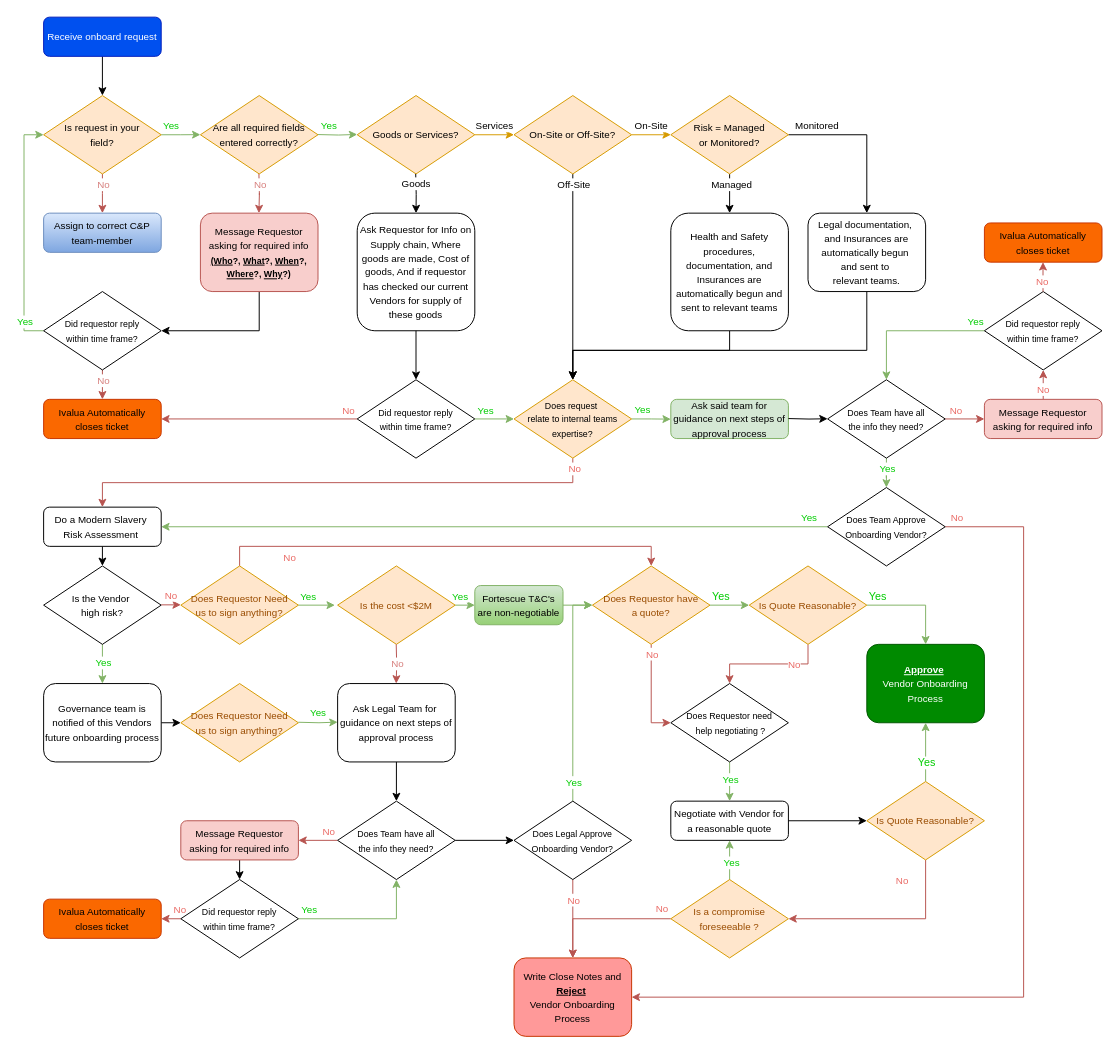
Above: Vendor Onboarding.drawio in Dyo-Artist/Fortsecue (draw.io), before the change. Source tidied: cells renumbered, new cells numbered last; positions are measured from the earlier drawing's top-left corner, leaving out a move shared by most shapes. Both pictures are drawn from the tidied source at 98%, with x=0, y=0 at pixel (24, 17).
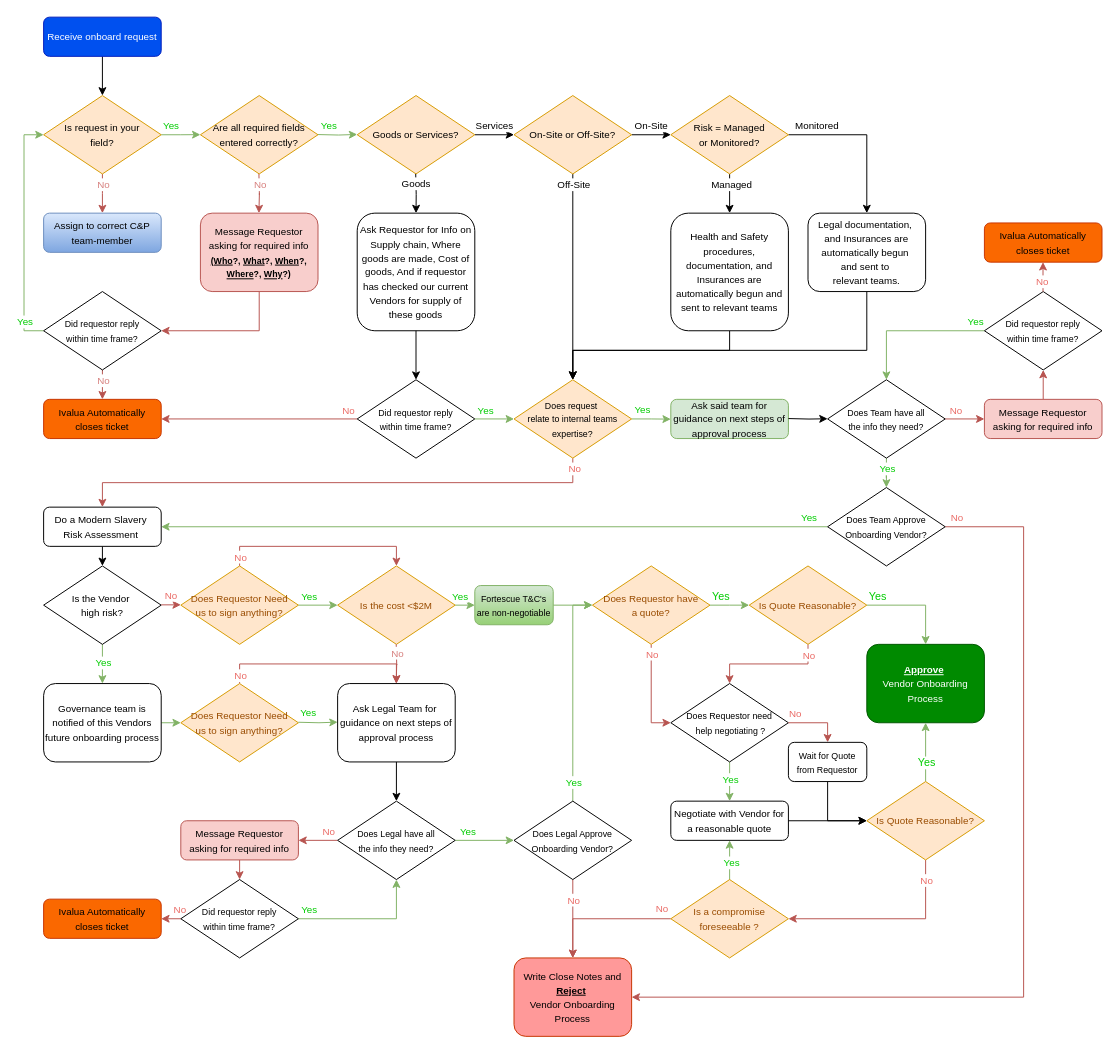
The same diagram, later.

Unchanged cells that the change refers to:
```xml
<mxCell id="12" value="&lt;font style=&quot;&quot;&gt;&lt;span style=&quot;font-size: 10px;&quot;&gt;Message Requestor asking for required info &lt;/span&gt;&lt;b style=&quot;&quot;&gt;&lt;font style=&quot;font-size: 9px;&quot;&gt;&lt;u style=&quot;&quot;&gt;(Who&lt;/u&gt;?&lt;u style=&quot;&quot;&gt;,&lt;/u&gt; &lt;u style=&quot;&quot;&gt;What&lt;/u&gt;?&lt;u style=&quot;&quot;&gt;,&lt;/u&gt; &lt;u style=&quot;&quot;&gt;When&lt;/u&gt;?&lt;u style=&quot;&quot;&gt;, Where&lt;/u&gt;?, &lt;u style=&quot;&quot;&gt;Why&lt;/u&gt;?)&lt;/font&gt;&lt;/b&gt;&lt;/font&gt;" style="rounded=1;whiteSpace=wrap;html=1;fontSize=12;glass=0;strokeWidth=1;shadow=0;fillColor=#f8cecc;strokeColor=#b85450;" parent="1" vertex="1">
  <mxGeometry x="180" y="200" width="120" height="80" as="geometry" />
</mxCell>
<mxCell id="16" value="&lt;span style=&quot;font-size: 10px;&quot;&gt;Goods or Services?&lt;/span&gt;" style="rhombus;whiteSpace=wrap;html=1;fillColor=#ffe6cc;strokeColor=#d79b00;" parent="1" vertex="1">
  <mxGeometry x="340" y="80" width="120" height="80" as="geometry" />
</mxCell>
<mxCell id="24" value="&lt;span style=&quot;font-size: 10px;&quot;&gt;On-Site or Off-Site?&lt;/span&gt;" style="rhombus;whiteSpace=wrap;html=1;fillColor=#ffe6cc;strokeColor=#d79b00;" parent="1" vertex="1">
  <mxGeometry x="500" y="80" width="120" height="80" as="geometry" />
</mxCell>
<mxCell id="29" value="&lt;span style=&quot;font-size: 10px;&quot;&gt;Risk = Managed&lt;br&gt;or Monitored?&lt;/span&gt;" style="rhombus;whiteSpace=wrap;html=1;fillColor=#ffe6cc;strokeColor=#d79b00;" parent="1" vertex="1">
  <mxGeometry x="660" y="80" width="120" height="80" as="geometry" />
</mxCell>
<mxCell id="41" value="&lt;font style=&quot;font-size: 9px;&quot;&gt;Did requestor reply&lt;/font&gt;&lt;div&gt;&lt;font style=&quot;font-size: 9px;&quot;&gt;within&amp;nbsp;&lt;/font&gt;&lt;span style=&quot;font-size: 9px; background-color: initial;&quot;&gt;time frame?&lt;/span&gt;&lt;/div&gt;" style="rhombus;whiteSpace=wrap;html=1;" parent="1" vertex="1">
  <mxGeometry x="20" y="280" width="120" height="80" as="geometry" />
</mxCell>
<mxCell id="60" style="edgeStyle=orthogonalEdgeStyle;rounded=0;jettySize=auto;html=1;exitX=0.5;exitY=0;exitDx=0;exitDy=0;entryX=0.5;entryY=1;entryDx=0;entryDy=0;fillColor=#f8cecc;strokeColor=#b85450;" parent="1" edge="1" source="62" target="65">
  <mxGeometry relative="1" as="geometry" />
</mxCell>
<mxCell id="80" value="&lt;span style=&quot;font-size: 10px;&quot;&gt;Governance team is notified of this Vendors future onboarding process&lt;/span&gt;" style="rounded=1;whiteSpace=wrap;html=1;fontSize=12;glass=0;strokeWidth=1;shadow=0;" parent="1" vertex="1">
  <mxGeometry x="20" y="680" width="120" height="80" as="geometry" />
</mxCell>
<mxCell id="83" value="&lt;font style=&quot;font-size: 10px;&quot; color=&quot;#994c00&quot;&gt;Does Requestor Need&lt;/font&gt;&lt;div&gt;&lt;font style=&quot;font-size: 10px;&quot; color=&quot;#994c00&quot;&gt;us to sign anything?&lt;/font&gt;&lt;/div&gt;" style="rhombus;whiteSpace=wrap;html=1;fillColor=#ffe6cc;strokeColor=#d79b00;" parent="1" vertex="1">
  <mxGeometry x="160" y="560" width="120" height="80" as="geometry" />
</mxCell>
<mxCell id="86" value="&lt;font color=&quot;#994c00&quot;&gt;&lt;span style=&quot;font-size: 10px;&quot;&gt;Is the cost &amp;lt;$2M&lt;/span&gt;&lt;/font&gt;" style="rhombus;whiteSpace=wrap;html=1;fillColor=#ffe6cc;strokeColor=#d79b00;" parent="1" vertex="1">
  <mxGeometry x="320" y="560" width="120" height="80" as="geometry" />
</mxCell>
<mxCell id="87" value="&lt;font style=&quot;font-size: 10px;&quot; color=&quot;#994c00&quot;&gt;Does Requestor Need&lt;/font&gt;&lt;div&gt;&lt;font style=&quot;font-size: 10px;&quot; color=&quot;#994c00&quot;&gt;us to sign anything?&lt;/font&gt;&lt;/div&gt;" style="rhombus;whiteSpace=wrap;html=1;fillColor=#ffe6cc;strokeColor=#d79b00;" parent="1" vertex="1">
  <mxGeometry x="160" y="680" width="120" height="80" as="geometry" />
</mxCell>
<mxCell id="92" style="edgeStyle=orthogonalEdgeStyle;rounded=0;orthogonalLoop=1;jettySize=auto;html=1;exitX=1;exitY=0.5;exitDx=0;exitDy=0;fillColor=#d5e8d4;strokeColor=#82b366;" parent="1" edge="1">
  <mxGeometry relative="1" as="geometry">
    <mxPoint x="280" y="719.5" as="sourcePoint" />
    <mxPoint x="320" y="719.4" as="targetPoint" />
  </mxGeometry>
</mxCell>
<mxCell id="94" value="&lt;span style=&quot;font-size: 10px;&quot;&gt;Ask Legal Team for&amp;nbsp;&lt;/span&gt;&lt;div&gt;&lt;span style=&quot;font-size: 10px;&quot;&gt;guidance on next steps of approval process&lt;/span&gt;&lt;/div&gt;" style="rounded=1;whiteSpace=wrap;html=1;fontSize=12;glass=0;strokeWidth=1;shadow=0;" parent="1" vertex="1">
  <mxGeometry x="320" y="680" width="120" height="80" as="geometry" />
</mxCell>
<mxCell id="95" style="edgeStyle=orthogonalEdgeStyle;rounded=0;orthogonalLoop=1;jettySize=auto;html=1;exitX=0.5;exitY=1;exitDx=0;exitDy=0;fillColor=#f8cecc;strokeColor=#b85450;" parent="1" edge="1">
  <mxGeometry relative="1" as="geometry">
    <mxPoint x="379.8" y="640" as="sourcePoint" />
    <mxPoint x="379.8" y="680" as="targetPoint" />
  </mxGeometry>
</mxCell>
<mxCell id="102" value="&lt;font style=&quot;font-size: 10px;&quot;&gt;Message Requestor asking for required info&lt;/font&gt;" style="rounded=1;whiteSpace=wrap;html=1;fontSize=12;glass=0;strokeWidth=1;shadow=0;fillColor=#f8cecc;strokeColor=#b85450;" parent="1" vertex="1">
  <mxGeometry x="160" y="820" width="120" height="40" as="geometry" />
</mxCell>
<mxCell id="107" value="&lt;font style=&quot;font-size: 9px;&quot;&gt;Did requestor reply&lt;/font&gt;&lt;div&gt;&lt;font style=&quot;font-size: 9px;&quot;&gt;within&amp;nbsp;&lt;/font&gt;&lt;span style=&quot;font-size: 9px; background-color: initial;&quot;&gt;time frame?&lt;/span&gt;&lt;/div&gt;" style="rhombus;whiteSpace=wrap;html=1;" parent="1" vertex="1">
  <mxGeometry x="160" y="880" width="120" height="80" as="geometry" />
</mxCell>
<mxCell id="112" value="&lt;font style=&quot;font-size: 9px;&quot;&gt;Does Legal Approve&lt;br&gt;Onboarding Vendor?&lt;/font&gt;" style="rhombus;whiteSpace=wrap;html=1;" parent="1" vertex="1">
  <mxGeometry x="500" y="800" width="120" height="80" as="geometry" />
</mxCell>
<mxCell id="117" value="&lt;font color=&quot;#994c00&quot;&gt;&lt;span style=&quot;font-size: 10px;&quot;&gt;Does Requestor have&lt;/span&gt;&lt;/font&gt;&lt;div&gt;&lt;font color=&quot;#994c00&quot;&gt;&lt;span style=&quot;font-size: 10px;&quot;&gt;a quote?&lt;/span&gt;&lt;/font&gt;&lt;/div&gt;" style="rhombus;whiteSpace=wrap;html=1;fillColor=#ffe6cc;strokeColor=#d79b00;" parent="1" vertex="1">
  <mxGeometry x="580" y="560" width="120" height="80" as="geometry" />
</mxCell>
<mxCell id="121" value="&lt;font color=&quot;#994c00&quot;&gt;&lt;span style=&quot;font-size: 10px;&quot;&gt;Is Quote Reasonable?&lt;/span&gt;&lt;/font&gt;" style="rhombus;whiteSpace=wrap;html=1;fillColor=#ffe6cc;strokeColor=#d79b00;" parent="1" vertex="1">
  <mxGeometry x="740" y="560" width="120" height="80" as="geometry" />
</mxCell>
<mxCell id="124" value="&lt;font style=&quot;font-size: 9px;&quot;&gt;Does Requestor&amp;nbsp;&lt;span style=&quot;background-color: initial;&quot;&gt;need&lt;/span&gt;&lt;/font&gt;&lt;div&gt;&lt;font style=&quot;font-size: 9px;&quot;&gt;&lt;span style=&quot;background-color: initial;&quot;&gt;&amp;nbsp;&lt;/span&gt;&lt;span style=&quot;background-color: initial;&quot;&gt;help negotiating ?&lt;/span&gt;&lt;/font&gt;&lt;/div&gt;" style="rhombus;whiteSpace=wrap;html=1;" parent="1" vertex="1">
  <mxGeometry x="660" y="680" width="120" height="80" as="geometry" />
</mxCell>
<mxCell id="128" style="edgeStyle=orthogonalEdgeStyle;rounded=0;jettySize=auto;html=1;exitX=0.5;exitY=1;exitDx=0;exitDy=0;entryX=1;entryY=0.5;entryDx=0;entryDy=0;fillColor=#f8cecc;strokeColor=#b85450;" parent="1" edge="1" source="130" target="136">
  <mxGeometry relative="1" as="geometry" />
</mxCell>
<mxCell id="130" value="&lt;span style=&quot;color: rgb(153, 76, 0); font-size: 10px;&quot;&gt;Is Quote Reasonable?&lt;/span&gt;" style="rhombus;whiteSpace=wrap;html=1;fillColor=#ffe6cc;strokeColor=#d79b00;" parent="1" vertex="1">
  <mxGeometry x="860" y="780" width="120" height="80" as="geometry" />
</mxCell>
```

What changed in the source:
```diff
@@
-    <mxCell id="11" style="edgeStyle=orthogonalEdgeStyle;rounded=0;jettySize=auto;html=1;exitX=0.5;exitY=1;exitDx=0;exitDy=0;entryX=1;entryY=0.5;entryDx=0;entryDy=0;" parent="1" edge="1" source="12" target="41">
+    <mxCell id="11" style="edgeStyle=orthogonalEdgeStyle;rounded=0;jettySize=auto;html=1;exitX=0.5;exitY=1;exitDx=0;exitDy=0;entryX=1;entryY=0.5;entryDx=0;entryDy=0;fillColor=#f8cecc;gradientColor=#ea6b66;strokeColor=#b85450;" parent="1" edge="1" source="12" target="41">
       <mxGeometry relative="1" as="geometry" />
     </mxCell>
@@
-    <mxCell id="14" style="edgeStyle=orthogonalEdgeStyle;rounded=0;jettySize=auto;html=1;exitX=1;exitY=0.5;exitDx=0;exitDy=0;entryX=0;entryY=0.5;entryDx=0;entryDy=0;fillColor=#ffe6cc;strokeColor=#d79b00;" parent="1" edge="1" source="16" target="24">
+    <mxCell id="14" style="edgeStyle=orthogonalEdgeStyle;rounded=0;jettySize=auto;html=1;exitX=1;exitY=0.5;exitDx=0;exitDy=0;entryX=0;entryY=0.5;entryDx=0;entryDy=0;" parent="1" edge="1" source="16" target="24">
       <mxGeometry relative="1" as="geometry" />
     </mxCell>
@@
-    <mxCell id="20" style="edgeStyle=orthogonalEdgeStyle;rounded=0;jettySize=auto;html=1;exitX=1;exitY=0.5;exitDx=0;exitDy=0;entryX=0;entryY=0.5;entryDx=0;entryDy=0;fillColor=#ffe6cc;strokeColor=#d79b00;" parent="1" edge="1" source="24" target="29">
+    <mxCell id="20" style="edgeStyle=orthogonalEdgeStyle;rounded=0;jettySize=auto;html=1;exitX=1;exitY=0.5;exitDx=0;exitDy=0;entryX=0;entryY=0.5;entryDx=0;entryDy=0;" parent="1" edge="1" source="24" target="29">
       <mxGeometry relative="1" as="geometry" />
     </mxCell>
@@
-    <mxCell id="61" value="&lt;font color=&quot;#ea6b66&quot; style=&quot;font-size: 10px;&quot;&gt;No&lt;/font&gt;" style="edgeLabel;html=1;align=center;verticalAlign=middle;" parent="60" vertex="1">
-      <mxGeometry x="-0.27" y="1" relative="1" as="geometry" />
-    </mxCell>
@@
-    <mxCell id="79" style="edgeStyle=orthogonalEdgeStyle;rounded=0;jettySize=auto;html=1;exitX=1;exitY=0.5;exitDx=0;exitDy=0;entryX=0;entryY=0.5;entryDx=0;entryDy=0;" parent="1" edge="1" source="80" target="87">
+    <mxCell id="79" style="edgeStyle=orthogonalEdgeStyle;rounded=0;jettySize=auto;html=1;exitX=1;exitY=0.5;exitDx=0;exitDy=0;entryX=0;entryY=0.5;entryDx=0;entryDy=0;fillColor=#d5e8d4;gradientColor=#97d077;strokeColor=#82b366;" parent="1" edge="1" source="80" target="87">
       <mxGeometry relative="1" as="geometry" />
     </mxCell>
@@
-    <mxCell id="81" style="edgeStyle=orthogonalEdgeStyle;rounded=0;jettySize=auto;html=1;exitX=0.5;exitY=0;exitDx=0;exitDy=0;entryX=0.5;entryY=0;entryDx=0;entryDy=0;fillColor=#f8cecc;strokeColor=#b85450;" parent="1" edge="1" source="83" target="117">
+    <mxCell id="81" style="edgeStyle=orthogonalEdgeStyle;rounded=0;jettySize=auto;html=1;exitX=0.5;exitY=0;exitDx=0;exitDy=0;entryX=0.5;entryY=0;entryDx=0;entryDy=0;fillColor=#f8cecc;strokeColor=#b85450;" parent="1" edge="1" source="83" target="86">
       <mxGeometry relative="1" as="geometry" />
     </mxCell>
     <mxCell id="82" value="&lt;font style=&quot;font-size: 10px;&quot; color=&quot;#ea6b66&quot;&gt;No&lt;/font&gt;" style="edgeLabel;html=1;align=center;verticalAlign=middle;" parent="81" vertex="1">
       <mxGeometry y="-1" relative="1" as="geometry">
-        <mxPoint x="-160" y="9" as="offset" />
+        <mxPoint x="-80" y="9" as="offset" />
       </mxGeometry>
     </mxCell>
@@
+    <mxCell id="144" style="edgeStyle=orthogonalEdgeStyle;rounded=0;jettySize=auto;html=1;exitX=0.5;exitY=0;exitDx=0;exitDy=0;entryX=0.5;entryY=0;entryDx=0;entryDy=0;fillColor=#f8cecc;gradientColor=#ea6b66;strokeColor=#b85450;" parent="1" edge="1" source="87" target="94">
+      <mxGeometry relative="1" as="geometry" />
+    </mxCell>
+    <mxCell id="145" value="&lt;font style=&quot;font-size: 10px;&quot; color=&quot;#ea6b66&quot;&gt;No&lt;/font&gt;" style="edgeLabel;html=1;align=center;verticalAlign=middle;" parent="144" vertex="1">
+      <mxGeometry x="-0.91" relative="1" as="geometry" />
+    </mxCell>
@@
-    <mxCell id="88" style="edgeStyle=orthogonalEdgeStyle;rounded=0;jettySize=auto;html=1;exitX=1;exitY=0.5;exitDx=0;exitDy=0;fillColor=#d5e8d4;strokeColor=#82b366;entryX=-0.023;entryY=0.492;entryDx=0;entryDy=0;entryPerimeter=0;" parent="1" edge="1" source="83" target="86">
+    <mxCell id="88" style="edgeStyle=orthogonalEdgeStyle;rounded=0;jettySize=auto;html=1;exitX=1;exitY=0.5;exitDx=0;exitDy=0;fillColor=#d5e8d4;strokeColor=#82b366;entryX=0;entryY=0.5;entryDx=0;entryDy=0;" parent="1" edge="1" source="83" target="86">
       <mxGeometry relative="1" as="geometry" />
     </mxCell>
@@
     <mxCell id="93" value="&lt;font style=&quot;font-size: 10px;&quot; color=&quot;#00cc00&quot;&gt;Yes&lt;/font&gt;" style="edgeLabel;html=1;align=center;verticalAlign=middle;" parent="92" vertex="1">
       <mxGeometry x="-0.04" relative="1" as="geometry">
-        <mxPoint x="1" y="-10" as="offset" />
+        <mxPoint x="-9" y="-10" as="offset" />
       </mxGeometry>
     </mxCell>
@@
     <mxCell id="96" value="&lt;font style=&quot;font-size: 10px;&quot; color=&quot;#d7807e&quot;&gt;No&lt;/font&gt;" style="edgeLabel;html=1;align=center;verticalAlign=middle;" parent="95" vertex="1">
       <mxGeometry x="-0.08" relative="1" as="geometry">
-        <mxPoint y="1" as="offset" />
+        <mxPoint y="-10" as="offset" />
       </mxGeometry>
     </mxCell>
@@
-    <mxCell id="99" style="edgeStyle=orthogonalEdgeStyle;rounded=0;jettySize=auto;html=1;exitX=1;exitY=0.5;exitDx=0;exitDy=0;entryX=0;entryY=0.5;entryDx=0;entryDy=0;" parent="1" edge="1" source="100" target="112">
+    <mxCell id="99" style="edgeStyle=orthogonalEdgeStyle;rounded=0;jettySize=auto;html=1;exitX=1;exitY=0.5;exitDx=0;exitDy=0;entryX=0;entryY=0.5;entryDx=0;entryDy=0;fillColor=#d5e8d4;gradientColor=#97d077;strokeColor=#82b366;" parent="1" edge="1" source="100" target="112">
       <mxGeometry relative="1" as="geometry" />
     </mxCell>
+    <mxCell id="146" value="&lt;font style=&quot;font-size: 10px;&quot; color=&quot;#00cc00&quot;&gt;Yes&lt;/font&gt;" style="edgeLabel;html=1;align=center;verticalAlign=middle;" parent="99" vertex="1">
+      <mxGeometry x="-0.6" relative="1" as="geometry">
+        <mxPoint y="-10" as="offset" />
+      </mxGeometry>
+    </mxCell>
-    <mxCell id="100" value="&lt;font style=&quot;font-size: 9px;&quot;&gt;Does Team have all&lt;/font&gt;&lt;div&gt;&lt;font style=&quot;font-size: 9px;&quot;&gt;the info they need?&lt;/font&gt;&lt;/div&gt;" style="rhombus;whiteSpace=wrap;html=1;" parent="1" vertex="1">
+    <mxCell id="100" value="&lt;font style=&quot;font-size: 9px;&quot;&gt;Does Legal have all&lt;/font&gt;&lt;div&gt;&lt;font style=&quot;font-size: 9px;&quot;&gt;the info they need?&lt;/font&gt;&lt;/div&gt;" style="rhombus;whiteSpace=wrap;html=1;" parent="1" vertex="1">
       <mxGeometry x="320" y="800" width="120" height="80" as="geometry" />
     </mxCell>
-    <mxCell id="101" style="edgeStyle=orthogonalEdgeStyle;rounded=0;jettySize=auto;html=1;exitX=0.5;exitY=1;exitDx=0;exitDy=0;entryX=0.5;entryY=0;entryDx=0;entryDy=0;" parent="1" edge="1" source="102" target="107">
+    <mxCell id="101" style="edgeStyle=orthogonalEdgeStyle;rounded=0;jettySize=auto;html=1;exitX=0.5;exitY=1;exitDx=0;exitDy=0;entryX=0.5;entryY=0;entryDx=0;entryDy=0;fillColor=#f8cecc;gradientColor=#ea6b66;strokeColor=#b85450;" parent="1" edge="1" source="102" target="107">
       <mxGeometry relative="1" as="geometry" />
     </mxCell>
@@
-    <mxCell id="115" style="edgeStyle=orthogonalEdgeStyle;rounded=0;jettySize=auto;html=1;exitX=1;exitY=0.5;exitDx=0;exitDy=0;entryX=0;entryY=0.5;entryDx=0;entryDy=0;fillColor=#d5e8d4;strokeColor=#82b366;" parent="1" edge="1" source="117" target="121">
-      <mxGeometry relative="1" as="geometry" />
+    <mxCell id="115" style="edgeStyle=orthogonalEdgeStyle;rounded=0;jettySize=auto;html=1;exitX=1;exitY=0.5;exitDx=0;exitDy=0;fillColor=#d5e8d4;strokeColor=#82b366;" parent="1" edge="1" source="117" target="121">
+      <mxGeometry relative="1" as="geometry">
+        <Array as="points">
+          <mxPoint x="720" y="600" />
+          <mxPoint x="720" y="600" />
+        </Array>
+      </mxGeometry>
     </mxCell>
@@
-    <mxCell id="118" style="edgeStyle=orthogonalEdgeStyle;rounded=0;jettySize=auto;html=1;exitX=0.5;exitY=1;exitDx=0;exitDy=0;entryX=0.5;entryY=0;entryDx=0;entryDy=0;fillColor=#f8cecc;strokeColor=#b85450;" parent="1" edge="1" source="121" target="124">
+    <mxCell id="118" style="edgeStyle=orthogonalEdgeStyle;rounded=0;jettySize=auto;html=1;exitX=0.5;exitY=1;exitDx=0;exitDy=0;fillColor=#f8cecc;strokeColor=#b85450;" parent="1" edge="1" source="121" target="124">
       <mxGeometry relative="1" as="geometry" />
     </mxCell>
     <mxCell id="119" value="&lt;font style=&quot;font-size: 10px;&quot; color=&quot;#ea6b66&quot;&gt;No&lt;/font&gt;" style="edgeLabel;html=1;align=center;verticalAlign=middle;" parent="118" vertex="1">
-      <mxGeometry x="-0.41" relative="1" as="geometry" />
+      <mxGeometry x="-0.41" relative="1" as="geometry">
+        <mxPoint x="15" y="-10" as="offset" />
+      </mxGeometry>
     </mxCell>
@@
     <mxCell id="129" value="&lt;font style=&quot;font-size: 10px;&quot; color=&quot;#ea6b66&quot;&gt;No&lt;/font&gt;" style="edgeLabel;html=1;align=center;verticalAlign=middle;" parent="128" vertex="1">
       <mxGeometry x="0.25" y="1" relative="1" as="geometry">
-        <mxPoint x="40" y="-41" as="offset" />
+        <mxPoint x="65" y="-41" as="offset" />
       </mxGeometry>
     </mxCell>
@@
-    <mxCell id="143" value="&lt;span style=&quot;font-size: 10px;&quot;&gt;Fortescue T&amp;amp;C's&lt;/span&gt;&lt;div&gt;&lt;span style=&quot;font-size: 10px;&quot;&gt;are non-negotiable&lt;/span&gt;&lt;/div&gt;" style="rounded=1;whiteSpace=wrap;html=1;fontSize=12;glass=0;strokeWidth=1;shadow=0;fillColor=#d5e8d4;gradientColor=#97d077;strokeColor=#82b366;" parent="1" vertex="1">
-      <mxGeometry x="460" y="580" width="90" height="40" as="geometry" />
+    <mxCell id="143" value="&lt;font style=&quot;font-size: 9px;&quot;&gt;Fortescue T&amp;amp;C's&lt;/font&gt;&lt;div&gt;&lt;font style=&quot;font-size: 9px;&quot;&gt;are non-negotiable&lt;/font&gt;&lt;/div&gt;" style="rounded=1;whiteSpace=wrap;html=1;fontSize=12;glass=0;strokeWidth=1;shadow=0;fillColor=#d5e8d4;gradientColor=#97d077;strokeColor=#82b366;" parent="1" vertex="1">
+      <mxGeometry x="460" y="580" width="80" height="40" as="geometry" />
     </mxCell>
+    <mxCell id="147" style="edgeStyle=orthogonalEdgeStyle;rounded=0;jettySize=auto;html=1;exitX=1;exitY=0.5;exitDx=0;exitDy=0;fillColor=#f8cecc;gradientColor=#ea6b66;strokeColor=#b85450;" parent="1" edge="1" source="124" target="150">
+      <mxGeometry relative="1" as="geometry" />
+    </mxCell>
+    <mxCell id="148" value="&lt;font style=&quot;font-size: 10px;&quot; color=&quot;#ea6b66&quot;&gt;No&lt;/font&gt;" style="edgeLabel;html=1;align=center;verticalAlign=middle;" parent="147" vertex="1">
+      <mxGeometry x="-0.8" y="-1" relative="1" as="geometry">
+        <mxPoint y="-11" as="offset" />
+      </mxGeometry>
+    </mxCell>
+    <mxCell id="149" style="edgeStyle=orthogonalEdgeStyle;rounded=0;jettySize=auto;html=1;exitX=0.5;exitY=1;exitDx=0;exitDy=0;entryX=0;entryY=0.5;entryDx=0;entryDy=0;" parent="1" edge="1" source="150" target="130">
+      <mxGeometry relative="1" as="geometry" />
+    </mxCell>
+    <mxCell id="150" value="&lt;font style=&quot;font-size: 9px;&quot;&gt;Wait for Quote&lt;/font&gt;&lt;div&gt;&lt;font style=&quot;font-size: 9px;&quot;&gt;from Requestor&lt;/font&gt;&lt;/div&gt;" style="rounded=1;whiteSpace=wrap;html=1;fontSize=12;glass=0;strokeWidth=1;shadow=0;" parent="1" vertex="1">
+      <mxGeometry x="780" y="740" width="80" height="40" as="geometry" />
+    </mxCell>
```
